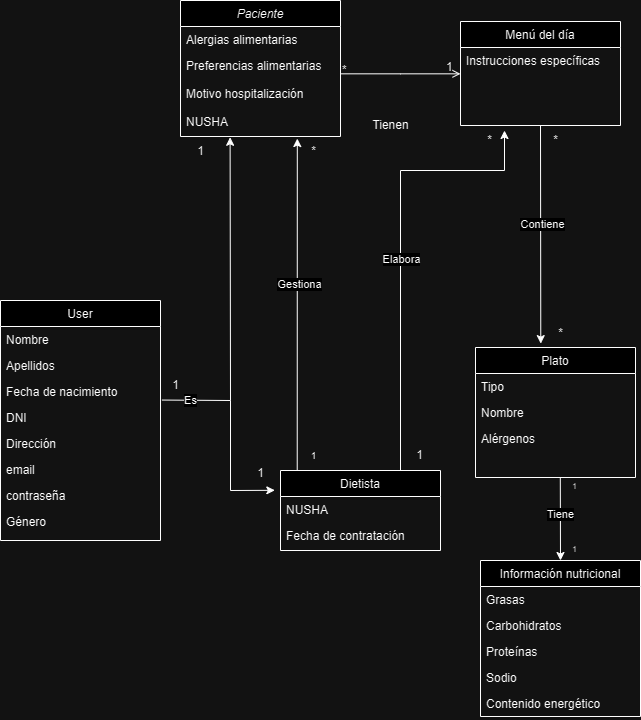
Above: images/UML_def_20_feb.drawio.png in CGIS-2024/proyecto-evaluacion-continua-grupoalfalb (draw.io), before the change. Source tidied: cells renumbered, new cells last; positions are measured from the earlier drawing's top-left corner, leaving out a move shared by most shapes.
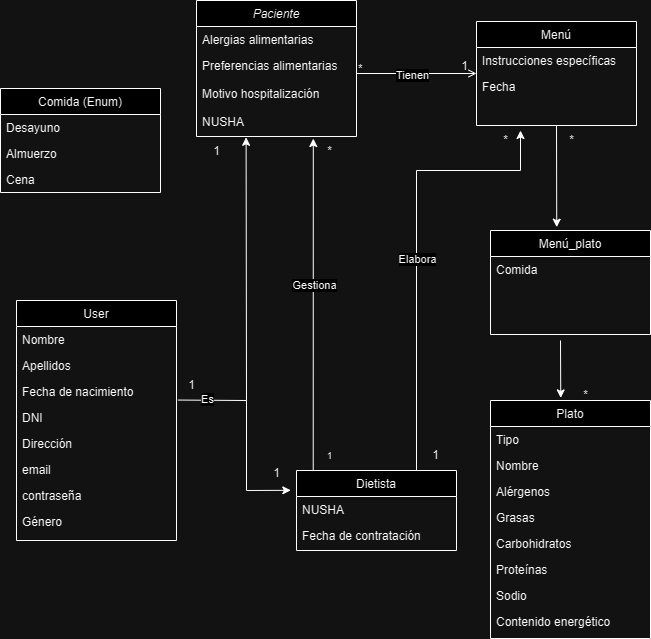
After the commit.

Diff of the diagram source:
```diff
@@ -17,13 +17,13 @@
     <mxCell id="6" value="NUSHA&#10;" style="text;align=left;verticalAlign=top;spacingLeft=4;spacingRight=4;overflow=hidden;points=[[0,0.5],[1,0.5]];portConstraint=eastwest;rounded=0;shadow=0;html=0;" parent="2" vertex="1">
       <mxGeometry y="108" width="160" height="28" as="geometry" />
     </mxCell>
-    <mxCell id="7" value="Menú del día" style="swimlane;fontStyle=0;align=center;verticalAlign=top;horizontal=1;startSize=26;rounded=0;shadow=0;strokeWidth=1;" parent="1" vertex="1">
+    <mxCell id="7" value="Menú" style="swimlane;fontStyle=0;align=center;verticalAlign=top;horizontal=1;startSize=26;rounded=0;shadow=0;strokeWidth=1;" parent="1" vertex="1">
       <mxGeometry x="460" y="21" width="160" height="104" as="geometry" />
     </mxCell>
     <mxCell id="8" value="Instrucciones específicas" style="text;align=left;verticalAlign=top;spacingLeft=4;spacingRight=4;overflow=hidden;rounded=0;shadow=0;html=0;" parent="7" vertex="1">
       <mxGeometry y="26" width="160" height="26" as="geometry" />
     </mxCell>
-    <mxCell id="9" style="text;align=left;verticalAlign=top;spacingLeft=4;spacingRight=4;overflow=hidden;rounded=0;shadow=0;html=0;" parent="7" vertex="1">
+    <mxCell id="9" value="Fecha" style="text;align=left;verticalAlign=top;spacingLeft=4;spacingRight=4;overflow=hidden;rounded=0;shadow=0;html=0;" parent="7" vertex="1">
       <mxGeometry y="52" width="160" height="26" as="geometry" />
     </mxCell>
     <mxCell id="10" style="endArrow=open;shadow=0;strokeWidth=1;rounded=0;endFill=1;edgeStyle=elbowEdgeStyle;elbow=vertical;" parent="1" edge="1" source="2" target="7">
@@ -41,8 +41,8 @@
         <mxPoint x="-7" y="1" as="offset" />
       </mxGeometry>
     </mxCell>
-    <mxCell id="13" value="Tienen" style="text;html=1;align=center;verticalAlign=middle;strokeColor=none;fillColor=none;" parent="1" vertex="1">
-      <mxGeometry x="360" y="110" width="60" height="30" as="geometry" />
+    <mxCell id="13" value="Tienen" style="edgeLabel;html=1;align=center;verticalAlign=middle;" parent="10" vertex="1">
+      <mxGeometry x="-0.08" y="-1" relative="1" as="geometry" />
     </mxCell>
     <mxCell id="14" value="User" style="swimlane;fontStyle=0;align=center;verticalAlign=top;horizontal=1;startSize=26;rounded=0;shadow=0;strokeWidth=1;" parent="1" vertex="1">
       <mxGeometry y="300" width="160" height="240" as="geometry" />
@@ -72,7 +72,7 @@
       <mxGeometry y="208" width="160" height="26" as="geometry" />
     </mxCell>
     <mxCell id="23" value="Plato" style="swimlane;fontStyle=0;align=center;verticalAlign=top;horizontal=1;startSize=26;rounded=0;shadow=0;strokeWidth=1;" parent="1" vertex="1">
-      <mxGeometry x="475" y="347" width="160" height="130" as="geometry" />
+      <mxGeometry x="474" y="400" width="160" height="238" as="geometry" />
     </mxCell>
     <mxCell id="24" value="Tipo" style="text;align=left;verticalAlign=top;spacingLeft=4;spacingRight=4;overflow=hidden;" parent="23" vertex="1">
       <mxGeometry y="26" width="160" height="26" as="geometry" />
@@ -83,9 +83,24 @@
     <mxCell id="26" value="Alérgenos" style="text;align=left;verticalAlign=top;spacingLeft=4;spacingRight=4;overflow=hidden;" parent="23" vertex="1">
       <mxGeometry y="78" width="160" height="26" as="geometry" />
     </mxCell>
-    <mxCell id="27" style="text;align=left;verticalAlign=top;spacingLeft=4;spacingRight=4;overflow=hidden;points=[[0,0.5],[1,0.5]];portConstraint=eastwest;" parent="23" vertex="1">
+    <mxCell id="27" value="Grasas" style="text;align=left;verticalAlign=top;spacingLeft=4;spacingRight=4;overflow=hidden;points=[[0,0.5],[1,0.5]];portConstraint=eastwest;" parent="23" vertex="1">
       <mxGeometry y="104" width="160" height="26" as="geometry" />
     </mxCell>
+    <mxCell id="55" value="Carbohidratos" style="text;align=left;verticalAlign=top;spacingLeft=4;spacingRight=4;overflow=hidden;" parent="23" vertex="1">
+      <mxGeometry y="130" width="160" height="26" as="geometry" />
+    </mxCell>
+    <mxCell id="56" value="Proteínas" style="text;align=left;verticalAlign=top;spacingLeft=4;spacingRight=4;overflow=hidden;" parent="23" vertex="1">
+      <mxGeometry y="156" width="160" height="26" as="geometry" />
+    </mxCell>
+    <mxCell id="57" value="Sodio" style="text;align=left;verticalAlign=top;spacingLeft=4;spacingRight=4;overflow=hidden;" parent="23" vertex="1">
+      <mxGeometry y="182" width="160" height="26" as="geometry" />
+    </mxCell>
+    <mxCell id="58" value="Contenido energético" style="text;align=left;verticalAlign=top;spacingLeft=4;spacingRight=4;overflow=hidden;" parent="23" vertex="1">
+      <mxGeometry y="208" width="160" height="26" as="geometry" />
+    </mxCell>
+    <mxCell id="63" style="text;align=left;verticalAlign=top;spacingLeft=4;spacingRight=4;overflow=hidden;" parent="23" vertex="1">
+      <mxGeometry y="234" width="160" height="4" as="geometry" />
+    </mxCell>
     <mxCell id="28" value="&lt;font style=&quot;font-size: 10px;&quot;&gt;1&lt;/font&gt;" style="text;html=1;align=center;verticalAlign=middle;strokeColor=none;fillColor=none;" parent="1" vertex="1">
       <mxGeometry x="298" y="440" width="30" height="30" as="geometry" />
     </mxCell>
@@ -142,17 +157,14 @@
     <mxCell id="40" value="Gestiona" style="edgeLabel;html=1;align=center;verticalAlign=middle;" parent="39" vertex="1">
       <mxGeometry x="0.12" y="-1" relative="1" as="geometry" />
     </mxCell>
-    <mxCell id="41" style="endArrow=classic;html=1;rounded=0;exitX=0.5;exitY=1;exitDx=0;exitDy=0;entryX=0.408;entryY=-0.03;entryDx=0;entryDy=0;entryPerimeter=0;" parent="1" edge="1" source="7" target="23">
+    <mxCell id="41" style="endArrow=classic;html=1;rounded=0;exitX=0.5;exitY=1;exitDx=0;exitDy=0;entryX=0.414;entryY=-0.032;entryDx=0;entryDy=0;entryPerimeter=0;" parent="1" edge="1" source="7" target="64">
       <mxGeometry relative="1" as="geometry" />
     </mxCell>
-    <mxCell id="42" value="Contiene" style="edgeLabel;html=1;align=center;verticalAlign=middle;" parent="41" vertex="1">
-      <mxGeometry x="-0.1" y="1" relative="1" as="geometry" />
-    </mxCell>
     <mxCell id="43" value="*" style="text;html=1;align=center;verticalAlign=middle;strokeColor=none;fillColor=none;" parent="1" vertex="1">
       <mxGeometry x="540" y="125" width="30" height="30" as="geometry" />
     </mxCell>
     <mxCell id="44" value="*" style="text;html=1;align=center;verticalAlign=middle;strokeColor=none;fillColor=none;" parent="1" vertex="1">
-      <mxGeometry x="545" y="318" width="30" height="30" as="geometry" />
+      <mxGeometry x="554" y="380" width="30" height="30" as="geometry" />
     </mxCell>
     <mxCell id="45" value="Dietista" style="swimlane;fontStyle=0;align=center;verticalAlign=top;horizontal=1;startSize=26;rounded=0;shadow=0;strokeWidth=1;" parent="1" vertex="1">
       <mxGeometry x="280" y="470" width="160" height="80" as="geometry" />
@@ -186,35 +198,31 @@
     <mxCell id="52" value="*" style="text;html=1;align=center;verticalAlign=middle;strokeColor=none;fillColor=none;" parent="1" vertex="1">
       <mxGeometry x="474" y="125" width="30" height="30" as="geometry" />
     </mxCell>
-    <mxCell id="53" value="Información nutricional" style="swimlane;fontStyle=0;align=center;verticalAlign=top;horizontal=1;startSize=26;rounded=0;shadow=0;strokeWidth=1;" parent="1" vertex="1">
-      <mxGeometry x="480" y="560" width="160" height="156" as="geometry" />
-    </mxCell>
-    <mxCell id="54" value="Grasas" style="text;align=left;verticalAlign=top;spacingLeft=4;spacingRight=4;overflow=hidden;" parent="53" vertex="1">
-      <mxGeometry y="26" width="160" height="26" as="geometry" />
-    </mxCell>
-    <mxCell id="55" value="Carbohidratos" style="text;align=left;verticalAlign=top;spacingLeft=4;spacingRight=4;overflow=hidden;" parent="53" vertex="1">
-      <mxGeometry y="52" width="160" height="26" as="geometry" />
-    </mxCell>
-    <mxCell id="56" value="Proteínas" style="text;align=left;verticalAlign=top;spacingLeft=4;spacingRight=4;overflow=hidden;" parent="53" vertex="1">
-      <mxGeometry y="78" width="160" height="26" as="geometry" />
-    </mxCell>
-    <mxCell id="57" value="Sodio" style="text;align=left;verticalAlign=top;spacingLeft=4;spacingRight=4;overflow=hidden;" parent="53" vertex="1">
-      <mxGeometry y="104" width="160" height="26" as="geometry" />
-    </mxCell>
-    <mxCell id="58" value="Contenido energético" style="text;align=left;verticalAlign=top;spacingLeft=4;spacingRight=4;overflow=hidden;" parent="53" vertex="1">
-      <mxGeometry y="130" width="160" height="26" as="geometry" />
-    </mxCell>
-    <mxCell id="59" style="endArrow=classic;html=1;rounded=0;exitX=0.53;exitY=0.996;exitDx=0;exitDy=0;exitPerimeter=0;entryX=0.5;entryY=0;entryDx=0;entryDy=0;" parent="1" edge="1" source="27" target="53">
-      <mxGeometry relative="1" as="geometry" />
-    </mxCell>
-    <mxCell id="60" value="Tiene" style="edgeLabel;html=1;align=center;verticalAlign=middle;" parent="59" vertex="1">
-      <mxGeometry x="-0.11" y="-1" relative="1" as="geometry" />
-    </mxCell>
-    <mxCell id="61" value="&lt;font style=&quot;font-size: 8px;&quot;&gt;1&lt;/font&gt;" style="text;html=1;align=center;verticalAlign=middle;strokeColor=none;fillColor=none;" parent="1" vertex="1">
-      <mxGeometry x="559" y="470" width="30" height="30" as="geometry" />
-    </mxCell>
-    <mxCell id="62" value="&lt;font style=&quot;font-size: 8px;&quot;&gt;1&lt;/font&gt;" style="text;html=1;align=center;verticalAlign=middle;strokeColor=none;fillColor=none;" parent="1" vertex="1">
-      <mxGeometry x="559" y="533" width="30" height="30" as="geometry" />
-    </mxCell>
+    <mxCell id="64" value="Menú_plato" style="swimlane;fontStyle=0;align=center;verticalAlign=top;horizontal=1;startSize=26;rounded=0;shadow=0;strokeWidth=1;" parent="1" vertex="1">
+      <mxGeometry x="474" y="230" width="160" height="104" as="geometry" />
+    </mxCell>
+    <mxCell id="65" value="Comida" style="text;align=left;verticalAlign=top;spacingLeft=4;spacingRight=4;overflow=hidden;rounded=0;shadow=0;html=0;" parent="64" vertex="1">
+      <mxGeometry y="26" width="160" height="26" as="geometry" />
+    </mxCell>
+    <mxCell id="66" style="text;align=left;verticalAlign=top;spacingLeft=4;spacingRight=4;overflow=hidden;rounded=0;shadow=0;html=0;" parent="64" vertex="1">
+      <mxGeometry y="52" width="160" height="26" as="geometry" />
+    </mxCell>
+    <mxCell id="67" style="endArrow=classic;html=1;rounded=0;entryX=0.439;entryY=-0.011;entryDx=0;entryDy=0;entryPerimeter=0;" parent="1" edge="1" target="23">
+      <mxGeometry relative="1" as="geometry">
+        <mxPoint x="544" y="340" as="sourcePoint" />
+      </mxGeometry>
+    </mxCell>
+    <mxCell id="68" value="Comida (Enum)" style="swimlane;fontStyle=0;align=center;verticalAlign=top;horizontal=1;startSize=26;rounded=0;shadow=0;strokeWidth=1;" parent="1" vertex="1">
+      <mxGeometry x="-16" y="88" width="160" height="104" as="geometry" />
+    </mxCell>
+    <mxCell id="69" value="Desayuno" style="text;align=left;verticalAlign=top;spacingLeft=4;spacingRight=4;overflow=hidden;rounded=0;shadow=0;html=0;" parent="68" vertex="1">
+      <mxGeometry y="26" width="160" height="26" as="geometry" />
+    </mxCell>
+    <mxCell id="70" value="Almuerzo" style="text;align=left;verticalAlign=top;spacingLeft=4;spacingRight=4;overflow=hidden;rounded=0;shadow=0;html=0;" parent="68" vertex="1">
+      <mxGeometry y="52" width="160" height="26" as="geometry" />
+    </mxCell>
+    <mxCell id="71" value="Cena" style="text;align=left;verticalAlign=top;spacingLeft=4;spacingRight=4;overflow=hidden;rounded=0;shadow=0;html=0;" parent="68" vertex="1">
+      <mxGeometry y="78" width="160" height="26" as="geometry" />
+    </mxCell>
   </root>
 </mxGraphModel>
```
